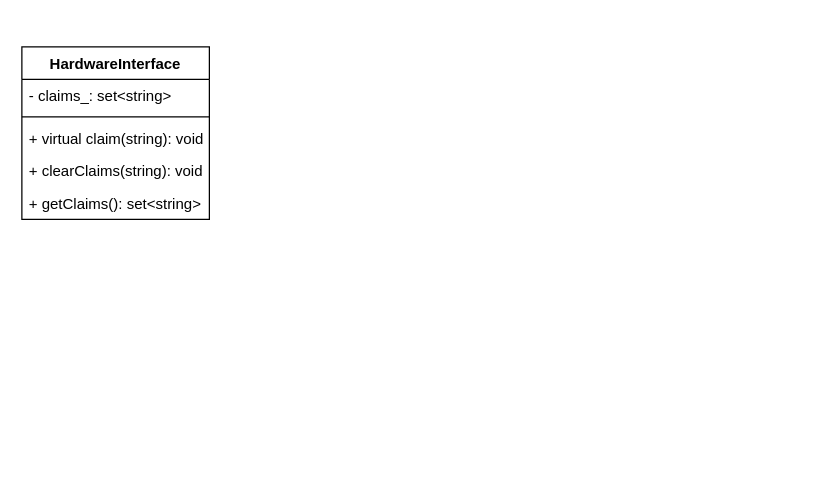
This is ros_control/ros_control.drawio from hitgavin/diagrams, a draw.io file, before an edit. Source tidied: cells renumbered, new cells numbered last; positions are measured from the earlier drawing's top-left corner, leaving out a move shared by most shapes. Both pictures are drawn from the tidied source at 125%, with x=0, y=0 at pixel (21, 46).
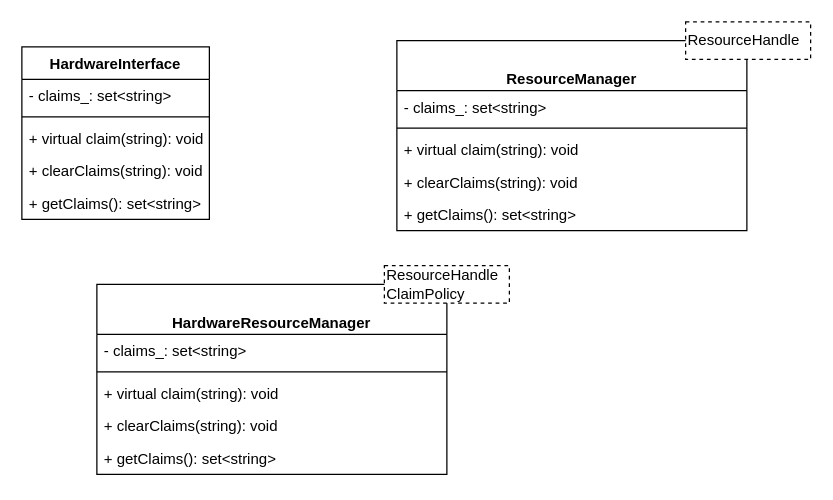
Above is the later version.

The edit, as a diff of the source:
```diff
@@
+    <mxCell id="8" value="HardwareResourceManager" style="swimlane;fontStyle=1;align=center;verticalAlign=bottom;horizontal=1;startSize=40;" parent="1" vertex="1">
+      <mxGeometry x="60" y="190" width="280" height="152" as="geometry" />
+    </mxCell>
+    <mxCell id="9" value="- claims_: set&lt;string&gt;" style="text;strokeColor=none;fillColor=none;align=left;verticalAlign=top;spacingLeft=4;spacingRight=4;overflow=hidden;" parent="8" vertex="1">
+      <mxGeometry y="40" width="280" height="26" as="geometry" />
+    </mxCell>
+    <mxCell id="10" style="line;strokeWidth=1;fillColor=none;align=left;verticalAlign=middle;spacingTop=-1;spacingLeft=3;spacingRight=3;labelPosition=right;" parent="8" vertex="1">
+      <mxGeometry y="66" width="280" height="8" as="geometry" />
+    </mxCell>
+    <mxCell id="11" value="+ virtual claim(string): void" style="text;strokeColor=none;fillColor=none;align=left;verticalAlign=top;spacingLeft=4;spacingRight=4;overflow=hidden;" parent="8" vertex="1">
+      <mxGeometry y="74" width="280" height="26" as="geometry" />
+    </mxCell>
+    <mxCell id="12" value="+ clearClaims(string): void" style="text;strokeColor=none;fillColor=none;align=left;verticalAlign=top;spacingLeft=4;spacingRight=4;overflow=hidden;" parent="8" vertex="1">
+      <mxGeometry y="100" width="280" height="26" as="geometry" />
+    </mxCell>
+    <mxCell id="13" value="+ getClaims(): set&lt;string&gt;" style="text;strokeColor=none;fillColor=none;align=left;verticalAlign=top;spacingLeft=4;spacingRight=4;overflow=hidden;" parent="8" vertex="1">
+      <mxGeometry y="126" width="280" height="26" as="geometry" />
+    </mxCell>
+    <mxCell id="14" value="ResourceHandle&lt;br&gt;ClaimPolicy" style="rounded=0;whiteSpace=wrap;html=1;dashed=1;align=left;" parent="1" vertex="1">
+      <mxGeometry x="290" y="175" width="100" height="30" as="geometry" />
+    </mxCell>
+    <mxCell id="15" value="ResourceManager" style="swimlane;fontStyle=1;align=center;verticalAlign=bottom;horizontal=1;startSize=40;" parent="1" vertex="1">
+      <mxGeometry x="300" y="-5" width="280" height="152" as="geometry" />
+    </mxCell>
+    <mxCell id="16" value="- claims_: set&lt;string&gt;" style="text;strokeColor=none;fillColor=none;align=left;verticalAlign=top;spacingLeft=4;spacingRight=4;overflow=hidden;" parent="15" vertex="1">
+      <mxGeometry y="40" width="280" height="26" as="geometry" />
+    </mxCell>
+    <mxCell id="17" style="line;strokeWidth=1;fillColor=none;align=left;verticalAlign=middle;spacingTop=-1;spacingLeft=3;spacingRight=3;labelPosition=right;" parent="15" vertex="1">
+      <mxGeometry y="66" width="280" height="8" as="geometry" />
+    </mxCell>
+    <mxCell id="18" value="+ virtual claim(string): void" style="text;strokeColor=none;fillColor=none;align=left;verticalAlign=top;spacingLeft=4;spacingRight=4;overflow=hidden;" parent="15" vertex="1">
+      <mxGeometry y="74" width="280" height="26" as="geometry" />
+    </mxCell>
+    <mxCell id="19" value="+ clearClaims(string): void" style="text;strokeColor=none;fillColor=none;align=left;verticalAlign=top;spacingLeft=4;spacingRight=4;overflow=hidden;" parent="15" vertex="1">
+      <mxGeometry y="100" width="280" height="26" as="geometry" />
+    </mxCell>
+    <mxCell id="20" value="+ getClaims(): set&lt;string&gt;" style="text;strokeColor=none;fillColor=none;align=left;verticalAlign=top;spacingLeft=4;spacingRight=4;overflow=hidden;" parent="15" vertex="1">
+      <mxGeometry y="126" width="280" height="26" as="geometry" />
+    </mxCell>
+    <mxCell id="21" value="ResourceHandle" style="rounded=0;whiteSpace=wrap;html=1;dashed=1;align=left;" parent="1" vertex="1">
+      <mxGeometry x="531" y="-20" width="100" height="30" as="geometry" />
+    </mxCell>
```
